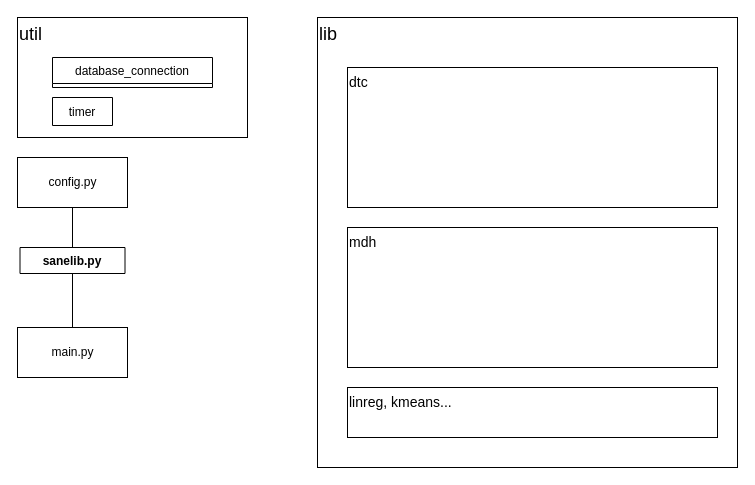
The draw.io diagram UML/NewArchitecture2.drawio in becker-max/baa-structures, before the edit. Source tidied: cells renumbered, new cells numbered last; positions are measured from the earlier drawing's top-left corner, leaving out a move shared by most shapes. Both pictures are drawn from the tidied source at 100%, with x=0, y=0 at pixel (17, 17).
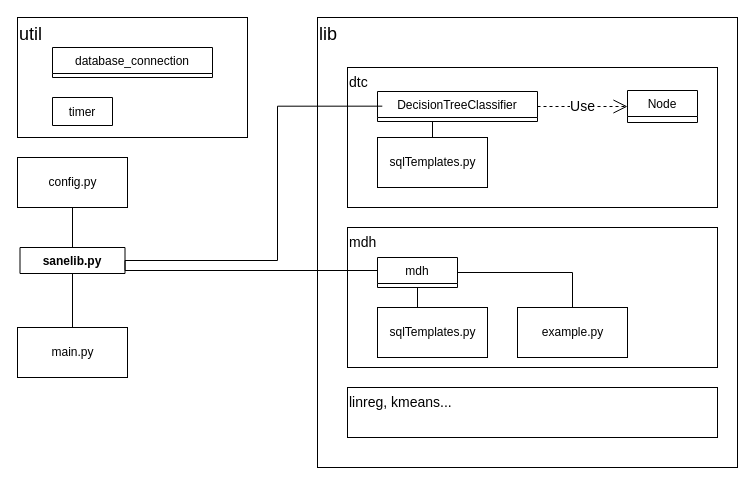
The same page after the edit.

Unchanged cells that the change refers to:
```xml
<mxCell id="6" value="sanelib.py" style="swimlane;fontStyle=1;align=center;verticalAlign=top;horizontal=1;startSize=26;direction=east;" parent="1" vertex="1" collapsed="1">
  <mxGeometry x="2.5" y="230" width="105" height="26" as="geometry" />
</mxCell>
```

Diff of the diagram source:
```diff
@@
+    <mxCell id="10" value="&lt;font style=&quot;font-size: 18px&quot;&gt;lib&lt;/font&gt;" style="rounded=0;whiteSpace=wrap;html=1;fillColor=none;align=left;verticalAlign=top;fontStyle=0;fontSize=14;" parent="1" vertex="1">
+      <mxGeometry x="300" width="420" height="450" as="geometry" />
+    </mxCell>
+    <mxCell id="11" value="dtc" style="rounded=0;whiteSpace=wrap;html=1;fillColor=none;align=left;verticalAlign=top;fontStyle=0;fontSize=14;" parent="1" vertex="1">
+      <mxGeometry x="330" y="50" width="370" height="140" as="geometry" />
+    </mxCell>
@@
+    <mxCell id="14" style="edgeStyle=orthogonalEdgeStyle;rounded=0;jettySize=auto;html=1;exitX=0.5;exitY=1;exitDx=0;exitDy=0;entryX=0.5;entryY=0;entryDx=0;entryDy=0;endArrow=none;endFill=0;fontSize=14;" parent="1" edge="1" source="3" target="18">
+      <mxGeometry relative="1" as="geometry" />
+    </mxCell>
-    <mxCell id="3" value="database_connection" style="swimlane;fontStyle=0;align=center;verticalAlign=top;horizontal=1;startSize=26;direction=east;" parent="1" vertex="1" collapsed="1">
-      <mxGeometry x="35" y="40" width="160" height="30" as="geometry" />
+    <mxCell id="3" value="DecisionTreeClassifier" style="swimlane;fontStyle=0;align=center;verticalAlign=top;horizontal=1;startSize=26;direction=east;" parent="1" vertex="1" collapsed="1">
+      <mxGeometry x="360" y="74" width="160" height="30" as="geometry" />
     </mxCell>
@@
-    <mxCell id="10" value="&lt;font style=&quot;font-size: 18px&quot;&gt;lib&lt;/font&gt;" style="rounded=0;whiteSpace=wrap;html=1;fillColor=none;align=left;verticalAlign=top;fontStyle=0;fontSize=14;" parent="1" vertex="1">
-      <mxGeometry x="300" width="420" height="450" as="geometry" />
-    </mxCell>
-    <mxCell id="11" value="dtc" style="rounded=0;whiteSpace=wrap;html=1;fillColor=none;align=left;verticalAlign=top;fontStyle=0;fontSize=14;" parent="1" vertex="1">
-      <mxGeometry x="330" y="50" width="370" height="140" as="geometry" />
-    </mxCell>
@@
+    <mxCell id="15" value="database_connection" style="swimlane;fontStyle=0;align=center;verticalAlign=top;horizontal=1;startSize=26;direction=east;" parent="1" vertex="1" collapsed="1">
+      <mxGeometry x="35" y="30" width="160" height="30" as="geometry" />
+    </mxCell>
+    <mxCell id="16" value="Node" style="swimlane;fontStyle=0;align=center;verticalAlign=top;horizontal=1;startSize=26;direction=east;" parent="1" vertex="1" collapsed="1">
+      <mxGeometry x="610" y="73" width="70" height="32" as="geometry" />
+    </mxCell>
+    <mxCell id="17" value="Use" style="endArrow=open;endSize=12;dashed=1;html=1;fontSize=14;exitX=1;exitY=0.5;exitDx=0;exitDy=0;entryX=0;entryY=0.5;entryDx=0;entryDy=0;" parent="1" edge="1" source="3" target="16">
+      <mxGeometry relative="1" as="geometry" />
+    </mxCell>
+    <mxCell id="18" value="sqlTemplates.py" style="html=1;" parent="1" vertex="1">
+      <mxGeometry x="360" y="120" width="110" height="50" as="geometry" />
+    </mxCell>
+    <mxCell id="19" style="edgeStyle=orthogonalEdgeStyle;rounded=0;jettySize=auto;html=1;exitX=0.5;exitY=1;exitDx=0;exitDy=0;endArrow=none;endFill=0;fontSize=14;" parent="1" edge="1" source="21" target="22">
+      <mxGeometry relative="1" as="geometry">
+        <Array as="points">
+          <mxPoint x="400" y="290" />
+        </Array>
+      </mxGeometry>
+    </mxCell>
+    <mxCell id="20" style="edgeStyle=orthogonalEdgeStyle;rounded=0;jettySize=auto;html=1;exitX=1;exitY=0.5;exitDx=0;exitDy=0;entryX=0.5;entryY=0;entryDx=0;entryDy=0;endArrow=none;endFill=0;fontSize=14;" parent="1" edge="1" source="21" target="23">
+      <mxGeometry relative="1" as="geometry" />
+    </mxCell>
+    <mxCell id="21" value="mdh" style="swimlane;fontStyle=0;align=center;verticalAlign=top;horizontal=1;startSize=26;direction=east;" parent="1" vertex="1" collapsed="1">
+      <mxGeometry x="360" y="240" width="80" height="30" as="geometry" />
+    </mxCell>
+    <mxCell id="22" value="sqlTemplates.py" style="html=1;" parent="1" vertex="1">
+      <mxGeometry x="360" y="290" width="110" height="50" as="geometry" />
+    </mxCell>
+    <mxCell id="23" value="example.py" style="html=1;" parent="1" vertex="1">
+      <mxGeometry x="500" y="290" width="110" height="50" as="geometry" />
+    </mxCell>
+    <mxCell id="24" style="edgeStyle=orthogonalEdgeStyle;rounded=0;jettySize=auto;html=1;endArrow=none;endFill=0;entryX=1;entryY=0.5;entryDx=0;entryDy=0;exitX=0.03;exitY=0.489;exitDx=0;exitDy=0;exitPerimeter=0;" parent="1" edge="1" source="3" target="6">
+      <mxGeometry relative="1" as="geometry">
+        <Array as="points">
+          <mxPoint x="260" y="89" />
+          <mxPoint x="260" y="243" />
+        </Array>
+      </mxGeometry>
+    </mxCell>
+    <mxCell id="25" style="edgeStyle=orthogonalEdgeStyle;rounded=0;jettySize=auto;html=1;endArrow=none;endFill=0;entryX=1;entryY=0.5;entryDx=0;entryDy=0;exitX=0;exitY=0.5;exitDx=0;exitDy=0;" parent="1" edge="1" source="21" target="6">
+      <mxGeometry relative="1" as="geometry">
+        <Array as="points">
+          <mxPoint x="360" y="253" />
+          <mxPoint x="107" y="253" />
+        </Array>
+      </mxGeometry>
+    </mxCell>
```
